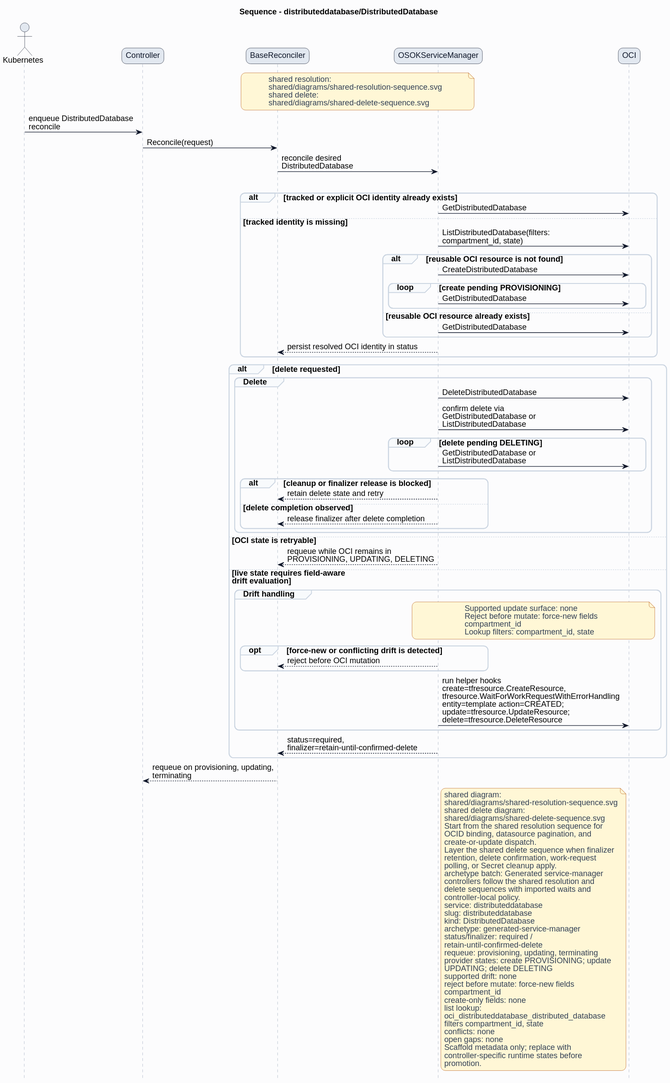
Above: formal/controllers/distributeddatabase/distributeddatabase/diagrams/sequence.svg in HaoyL666/oci-service-operator (PlantUML), before the change. The source it was exported from:
```plantuml
@startuml
skinparam shadowing false
skinparam backgroundColor #fcfcfd
skinparam defaultFontName Helvetica
skinparam defaultFontSize 14
skinparam arrowColor #0f172a
skinparam noteBackgroundColor #fff7d6
skinparam noteBorderColor #b45309
skinparam noteFontColor #334155
skinparam roundcorner 16
title Sequence - distributeddatabase/DistributedDatabase
hide footbox
skinparam sequence {
  actorBorderColor #0f172a
  actorBackgroundColor #e2e8f0
  participantBorderColor #0f172a
  participantBackgroundColor #e2e8f0
  participantFontColor #0f172a
  lifeLineBorderColor #94a3b8
  groupBorderColor #cbd5e1
  groupBackgroundColor #f8fafc
}
actor Kubernetes
participant Controller
participant BaseReconciler
participant "OSOKServiceManager" as ServiceManager
participant OCI
note over BaseReconciler,ServiceManager
shared resolution:
shared/diagrams/shared-resolution-sequence.svg
shared delete:
shared/diagrams/shared-delete-sequence.svg
end note
Kubernetes -> Controller: enqueue DistributedDatabase\nreconcile
Controller -> BaseReconciler: Reconcile(request)
BaseReconciler -> ServiceManager: reconcile desired\nDistributedDatabase
group Lookup and bind
alt tracked or explicit OCI identity already exists
ServiceManager -> OCI: GetDistributedDatabase
else tracked identity is missing
ServiceManager -> OCI: ListDistributedDatabase(filters:\ncompartment_id, state)
alt reusable OCI resource is not found
ServiceManager -> OCI: CreateDistributedDatabase
loop create pending PROVISIONING
ServiceManager -> OCI: GetDistributedDatabase
end
else reusable OCI resource already exists
ServiceManager -> OCI: GetDistributedDatabase
end
ServiceManager --> BaseReconciler: persist resolved OCI identity in status
end
alt delete requested
group Delete
ServiceManager -> OCI: DeleteDistributedDatabase
ServiceManager -> OCI: confirm delete via\nGetDistributedDatabase or\nListDistributedDatabase
loop delete pending DELETING
ServiceManager -> OCI: GetDistributedDatabase or\nListDistributedDatabase
end
alt cleanup or finalizer release is blocked
ServiceManager --> BaseReconciler: retain delete state and retry
else delete completion observed
ServiceManager --> BaseReconciler: release finalizer after delete completion
end
end
else OCI state is retryable
ServiceManager --> BaseReconciler: requeue while OCI remains in\nPROVISIONING, UPDATING, DELETING
else live state requires field-aware\ndrift evaluation
group Drift handling
note over ServiceManager,OCI
Supported update surface: none
Reject before mutate: force-new fields
compartment_id
Lookup filters: compartment_id, state
end note
opt force-new or conflicting drift is detected
ServiceManager --> BaseReconciler: reject before OCI mutation
end
ServiceManager -> OCI: run helper hooks\ncreate=tfresource.CreateResource,\ntfresource.WaitForWorkRequestWithErrorHandling\nentity=template action=CREATED;\nupdate=tfresource.UpdateResource;\ndelete=tfresource.DeleteResource
end
ServiceManager --> BaseReconciler: status=required,\nfinalizer=retain-until-confirmed-delete
end
BaseReconciler --> Controller: requeue on provisioning, updating,\nterminating
note right of ServiceManager
shared diagram:
shared/diagrams/shared-resolution-sequence.svg
shared delete diagram:
shared/diagrams/shared-delete-sequence.svg
Start from the shared resolution sequence for
OCID binding, datasource pagination, and
create-or-update dispatch.
Layer the shared delete sequence when finalizer
retention, delete confirmation, work-request
polling, or Secret cleanup apply.
archetype batch: Generated service-manager
controllers follow the shared resolution and
delete sequences with imported waits and
controller-local policy.
service: distributeddatabase
slug: distributeddatabase
kind: DistributedDatabase
archetype: generated-service-manager
status/finalizer: required /
retain-until-confirmed-delete
requeue: provisioning, updating, terminating
provider states: create PROVISIONING; update
UPDATING; delete DELETING
supported drift: none
reject before mutate: force-new fields
compartment_id
create-only fields: none
list lookup:
oci_distributeddatabase_distributed_database
filters compartment_id, state
conflicts: none
open gaps: none
Scaffold metadata only; replace with
controller-specific runtime states before
promotion.
end note
@enduml
```
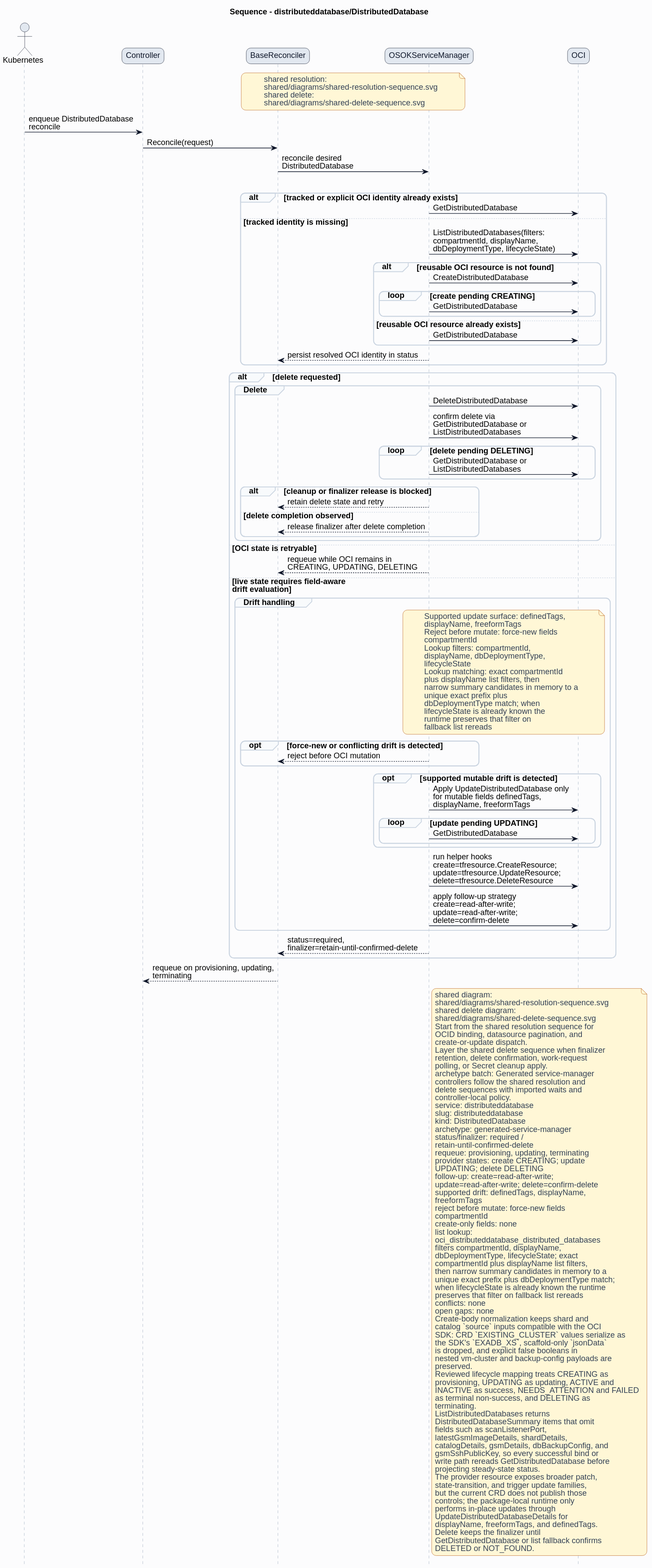
Above is the later version.

Commit message:
US-170: implement DistributedDatabase runtime

The edit, as a diff of the source:
```diff
@@ -38,10 +38,10 @@
 alt tracked or explicit OCI identity already exists
 ServiceManager -> OCI: GetDistributedDatabase
 else tracked identity is missing
-ServiceManager -> OCI: ListDistributedDatabase(filters:\ncompartment_id, state)
+ServiceManager -> OCI: ListDistributedDatabases(filters:\ncompartmentId, displayName,\ndbDeploymentType, lifecycleState)
 alt reusable OCI resource is not found
 ServiceManager -> OCI: CreateDistributedDatabase
-loop create pending PROVISIONING
+loop create pending CREATING
 ServiceManager -> OCI: GetDistributedDatabase
 end
 else reusable OCI resource already exists
@@ -52,9 +52,9 @@
 alt delete requested
 group Delete
 ServiceManager -> OCI: DeleteDistributedDatabase
-ServiceManager -> OCI: confirm delete via\nGetDistributedDatabase or\nListDistributedDatabase
+ServiceManager -> OCI: confirm delete via\nGetDistributedDatabase or\nListDistributedDatabases
 loop delete pending DELETING
-ServiceManager -> OCI: GetDistributedDatabase or\nListDistributedDatabase
+ServiceManager -> OCI: GetDistributedDatabase or\nListDistributedDatabases
 end
 alt cleanup or finalizer release is blocked
 ServiceManager --> BaseReconciler: retain delete state and retry
@@ -63,19 +63,37 @@
 end
 end
 else OCI state is retryable
-ServiceManager --> BaseReconciler: requeue while OCI remains in\nPROVISIONING, UPDATING, DELETING
+ServiceManager --> BaseReconciler: requeue while OCI remains in\nCREATING, UPDATING, DELETING
 else live state requires field-aware\ndrift evaluation
 group Drift handling
 note over ServiceManager,OCI
-Supported update surface: none
+Supported update surface: definedTags,
+displayName, freeformTags
 Reject before mutate: force-new fields
-compartment_id
-Lookup filters: compartment_id, state
+compartmentId
+Lookup filters: compartmentId,
+displayName, dbDeploymentType,
+lifecycleState
+Lookup matching: exact compartmentId
+plus displayName list filters, then
+narrow summary candidates in memory to a
+unique exact prefix plus
+dbDeploymentType match; when
+lifecycleState is already known the
+runtime preserves that filter on
+fallback list rereads
 end note
 opt force-new or conflicting drift is detected
 ServiceManager --> BaseReconciler: reject before OCI mutation
 end
-ServiceManager -> OCI: run helper hooks\ncreate=tfresource.CreateResource,\ntfresource.WaitForWorkRequestWithErrorHandling\nentity=template action=CREATED;\nupdate=tfresource.UpdateResource;\ndelete=tfresource.DeleteResource
+opt supported mutable drift is detected
+ServiceManager -> OCI: Apply UpdateDistributedDatabase only\nfor mutable fields definedTags,\ndisplayName, freeformTags
+loop update pending UPDATING
+ServiceManager -> OCI: GetDistributedDatabase
+end
+end
+ServiceManager -> OCI: run helper hooks\ncreate=tfresource.CreateResource;\nupdate=tfresource.UpdateResource;\ndelete=tfresource.DeleteResource
+ServiceManager -> OCI: apply follow-up strategy\ncreate=read-after-write;\nupdate=read-after-write;\ndelete=confirm-delete
 end
 ServiceManager --> BaseReconciler: status=required,\nfinalizer=retain-until-confirmed-delete
 end
@@ -102,19 +120,55 @@
 status/finalizer: required /
 retain-until-confirmed-delete
 requeue: provisioning, updating, terminating
-provider states: create PROVISIONING; update
+provider states: create CREATING; update
 UPDATING; delete DELETING
-supported drift: none
+follow-up: create=read-after-write;
+update=read-after-write; delete=confirm-delete
+supported drift: definedTags, displayName,
+freeformTags
 reject before mutate: force-new fields
-compartment_id
+compartmentId
 create-only fields: none
 list lookup:
-oci_distributeddatabase_distributed_database
-filters compartment_id, state
+oci_distributeddatabase_distributed_databases
+filters compartmentId, displayName,
+dbDeploymentType, lifecycleState; exact
+compartmentId plus displayName list filters,
+then narrow summary candidates in memory to a
+unique exact prefix plus dbDeploymentType match;
+when lifecycleState is already known the runtime
+preserves that filter on fallback list rereads
 conflicts: none
 open gaps: none
-Scaffold metadata only; replace with
-controller-specific runtime states before
-promotion.
+Create-body normalization keeps shard and
+catalog `source` inputs compatible with the OCI
+SDK: CRD `EXISTING_CLUSTER` values serialize as
+the SDK's `EXADB_XS`, scaffold-only `jsonData`
+is dropped, and explicit false booleans in
+nested vm-cluster and backup-config payloads are
+preserved.
+Reviewed lifecycle mapping treats CREATING as
+provisioning, UPDATING as updating, ACTIVE and
+INACTIVE as success, NEEDS_ATTENTION and FAILED
+as terminal non-success, and DELETING as
+terminating.
+ListDistributedDatabases returns
+DistributedDatabaseSummary items that omit
+fields such as scanListenerPort,
+latestGsmImageDetails, shardDetails,
+catalogDetails, gsmDetails, dbBackupConfig, and
+gsmSshPublicKey, so every successful bind or
+write path rereads GetDistributedDatabase before
+projecting steady-state status.
+The provider resource exposes broader patch,
+state-transition, and trigger update families,
+but the current CRD does not publish those
+controls; the package-local runtime only
+performs in-place updates through
+UpdateDistributedDatabaseDetails for
+displayName, freeformTags, and definedTags.
+Delete keeps the finalizer until
+GetDistributedDatabase or list fallback confirms
+DELETED or NOT_FOUND.
 end note
 @enduml
```
